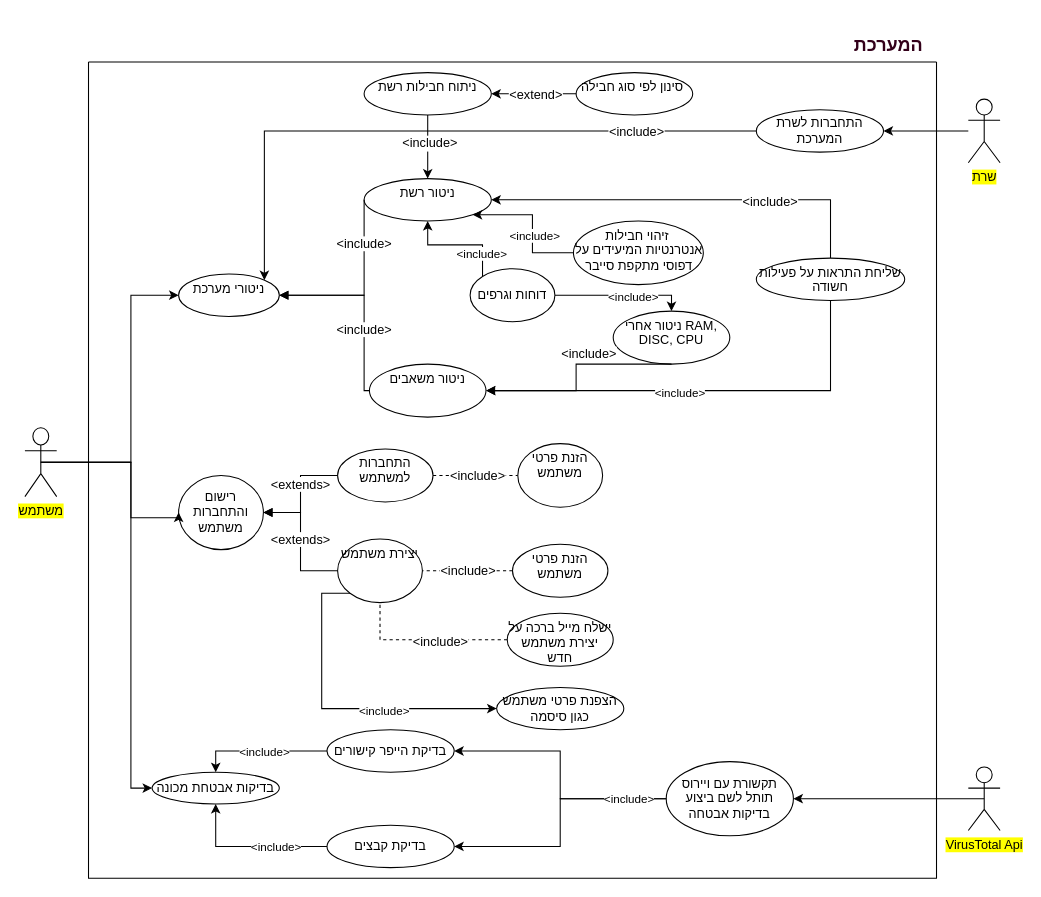
Before: הפרוייקט/use case1 Diagram.drawio in EyasSh/WiresharkClone, a draw.io diagram. Source tidied: cells renumbered, new cells numbered last; positions are measured from the earlier drawing's top-left corner, leaving out a move shared by most shapes. Both pictures are drawn from the tidied source at 106%, with x=0, y=0 at pixel (24, 30).
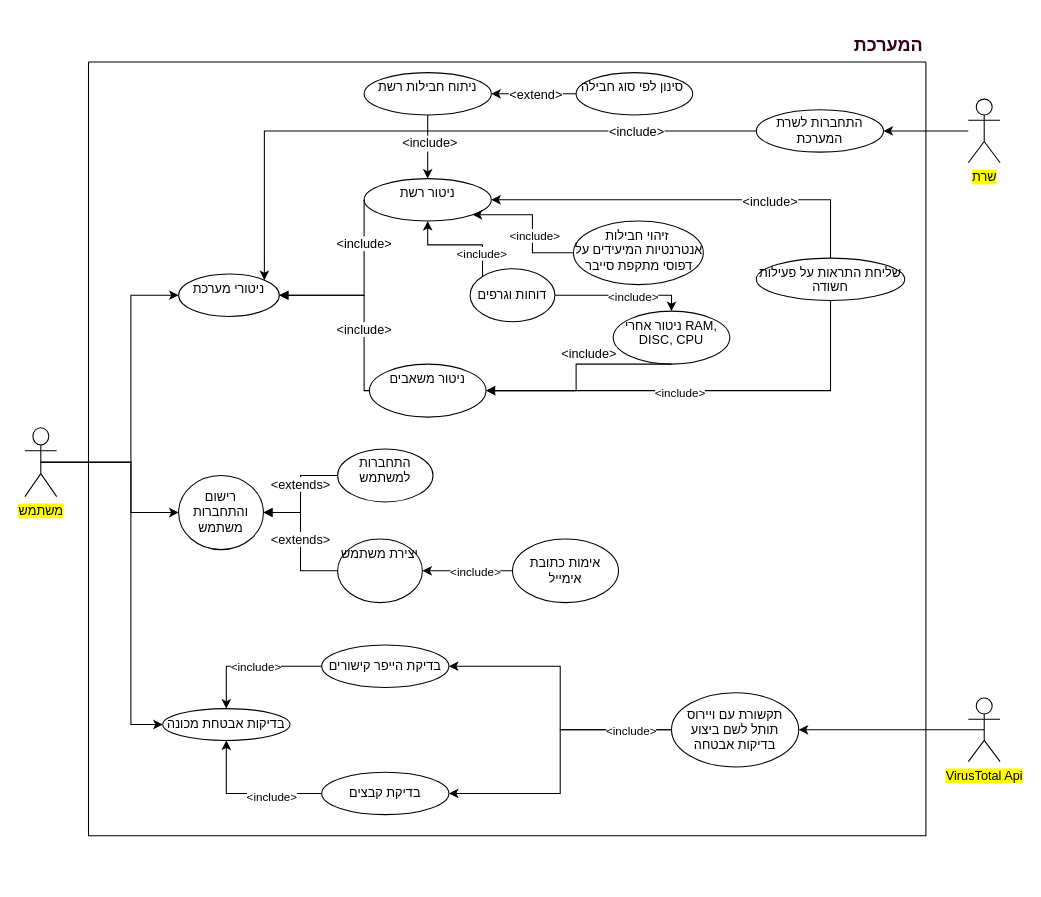
The same diagram, later.

Commit message (it also covers changes not shown here):
word and drawio adjustments

Unchanged cells that the change refers to:
```xml
<mxCell id="2" value="רישום והתחברות משתמש" style="ellipse;whiteSpace=wrap;html=1;" parent="1" vertex="1">
  <mxGeometry x="145" y="420" width="80" height="70" as="geometry" />
</mxCell>
<mxCell id="6" value="&lt;span style=&quot;font-weight: normal; line-height: 70%;&quot;&gt;יצירת משתמש&lt;/span&gt;" style="ellipse;whiteSpace=wrap;html=1;strokeColor=default;align=center;verticalAlign=top;fontFamily=Helvetica;fontSize=12;fontColor=default;fillColor=default;fontStyle=1;" parent="1" vertex="1">
  <mxGeometry x="295" y="480" width="80" height="60" as="geometry" />
</mxCell>
<mxCell id="7" value="התחברות למשתמש" style="ellipse;whiteSpace=wrap;html=1;strokeColor=default;align=center;verticalAlign=top;fontFamily=Helvetica;fontSize=12;fontColor=default;fillColor=default;" parent="1" vertex="1">
  <mxGeometry x="295" y="395" width="90" height="50" as="geometry" />
</mxCell>
<mxCell id="21" value="&lt;span style=&quot;background-color: rgb(255, 255, 0);&quot;&gt;משתמש&lt;/span&gt;" style="shape=umlActor;verticalLabelPosition=bottom;verticalAlign=top;outlineConnect=0;html=1;gradientColor=none;" parent="1" vertex="1">
  <mxGeometry y="375" width="30" height="65" as="geometry" />
</mxCell>
```

The edit, as a diff of the source:
```diff
@@
-    <mxCell id="4" style="edgeStyle=orthogonalEdgeStyle;rounded=0;jettySize=auto;html=1;exitX=0;exitY=1;exitDx=0;exitDy=0;entryX=0;entryY=0.5;entryDx=0;entryDy=0;" parent="1" edge="1" source="6" target="47">
-      <mxGeometry relative="1" as="geometry">
-        <Array as="points">
-          <mxPoint x="280" y="531" />
-          <mxPoint x="280" y="640" />
-        </Array>
-      </mxGeometry>
-    </mxCell>
-    <mxCell id="5" value="&amp;lt;include&amp;gt;" style="edgeLabel;html=1;align=center;verticalAlign=middle;" parent="4" vertex="1">
-      <mxGeometry x="0.29" y="-2" relative="1" as="geometry" />
-    </mxCell>
@@
-    <mxCell id="14" style="endArrow=none;dashed=1;html=1;rounded=0;fontFamily=Helvetica;fontSize=12;fontColor=default;exitX=1;exitY=0.5;exitDx=0;exitDy=0;" parent="1" edge="1" source="7" target="16">
-      <mxGeometry relative="1" as="geometry" />
-    </mxCell>
-    <mxCell id="15" value="&amp;lt;include&amp;gt;" style="edgeLabel;html=1;align=center;verticalAlign=middle;strokeColor=default;fontFamily=Helvetica;fontSize=12;fontColor=default;fillColor=default;" parent="14" vertex="1">
-      <mxGeometry x="0.02" relative="1" as="geometry" />
-    </mxCell>
-    <mxCell id="16" value="הזנת פרטי משתמש" style="ellipse;whiteSpace=wrap;html=1;strokeColor=default;align=center;verticalAlign=top;fontFamily=Helvetica;fontSize=12;fontColor=default;fillColor=default;" parent="1" vertex="1">
-      <mxGeometry x="465" y="390" width="80" height="60" as="geometry" />
-    </mxCell>
-    <mxCell id="17" value="הזנת פרטי משתמש" style="ellipse;whiteSpace=wrap;html=1;strokeColor=default;align=center;verticalAlign=top;fontFamily=Helvetica;fontSize=12;fontColor=default;fillColor=default;" parent="1" vertex="1">
-      <mxGeometry x="460" y="485" width="90" height="50" as="geometry" />
-    </mxCell>
-    <mxCell id="18" style="endArrow=none;dashed=1;html=1;rounded=0;fontFamily=Helvetica;fontSize=12;fontColor=default;entryX=1;entryY=0.5;entryDx=0;entryDy=0;" parent="1" edge="1" source="17" target="6">
-      <mxGeometry relative="1" as="geometry">
-        <Array as="points">
-          <mxPoint x="455" y="510" />
-        </Array>
-      </mxGeometry>
-    </mxCell>
-    <mxCell id="19" value="&amp;lt;include&amp;gt;" style="edgeLabel;html=1;align=center;verticalAlign=middle;strokeColor=default;fontFamily=Helvetica;fontSize=12;fontColor=default;fillColor=default;" parent="18" vertex="1">
-      <mxGeometry x="0.02" y="-1" relative="1" as="geometry" />
-    </mxCell>
@@
-    <mxCell id="22" value="ישלח מייל ברכה על יצירת משתמש חדש" style="ellipse;whiteSpace=wrap;html=1;strokeColor=default;align=center;verticalAlign=top;fontFamily=Helvetica;fontSize=12;fontColor=default;fillColor=default;" parent="1" vertex="1">
-      <mxGeometry x="455" y="550" width="100" height="50" as="geometry" />
-    </mxCell>
-    <mxCell id="23" style="endArrow=none;dashed=1;html=1;rounded=0;fontFamily=Helvetica;fontSize=12;fontColor=default;exitX=0;exitY=0.5;exitDx=0;exitDy=0;entryX=0.5;entryY=1;entryDx=0;entryDy=0;edgeStyle=elbowEdgeStyle;" parent="1" edge="1" source="22" target="6">
-      <mxGeometry relative="1" as="geometry">
-        <Array as="points">
-          <mxPoint x="335" y="570" />
-        </Array>
-      </mxGeometry>
-    </mxCell>
-    <mxCell id="24" value="&amp;lt;include&amp;gt;" style="edgeLabel;html=1;align=center;verticalAlign=middle;strokeColor=default;fontFamily=Helvetica;fontSize=12;fontColor=default;fillColor=default;" parent="23" vertex="1">
-      <mxGeometry x="-0.18" y="1" relative="1" as="geometry" />
-    </mxCell>
@@
     <mxCell id="40" value="&lt;span style=&quot;background-color: rgb(255, 255, 0);&quot;&gt;VirusTotal Api&lt;/span&gt;" style="shape=umlActor;verticalLabelPosition=bottom;verticalAlign=top;html=1;outlineConnect=0;strokeColor=default;align=center;fontFamily=Helvetica;fontSize=12;fontColor=default;fillColor=default;" parent="1" vertex="1">
-      <mxGeometry x="890" y="695" width="30" height="60" as="geometry" />
+      <mxGeometry x="890" y="630" width="30" height="60" as="geometry" />
     </mxCell>
     <mxCell id="41" style="endArrow=classic;html=1;rounded=0;exitX=0.5;exitY=0.5;exitDx=0;exitDy=0;exitPerimeter=0;entryX=0;entryY=0.5;entryDx=0;entryDy=0;edgeStyle=orthogonalEdgeStyle;" parent="1" edge="1" source="21" target="2">
       <mxGeometry relative="1" as="geometry">
         <Array as="points">
-          <mxPoint x="100" y="407" />
-          <mxPoint x="100" y="460" />
-          <mxPoint x="145" y="460" />
+          <mxPoint x="100" y="408" />
+          <mxPoint x="100" y="455" />
         </Array>
       </mxGeometry>
     </mxCell>
@@
-    <mxCell id="47" value="הצפנת פרטי משתמש כגון סיסמה" style="ellipse;whiteSpace=wrap;html=1;" parent="1" vertex="1">
-      <mxGeometry x="445" y="620" width="120" height="40" as="geometry" />
-    </mxCell>
     <mxCell id="48" style="endArrow=classic;html=1;rounded=0;exitX=0.5;exitY=0.5;exitDx=0;exitDy=0;exitPerimeter=0;entryX=0;entryY=0.5;entryDx=0;entryDy=0;edgeStyle=orthogonalEdgeStyle;" parent="1" edge="1" source="21" target="58">
       <mxGeometry relative="1" as="geometry">
         <Array as="points">
           <mxPoint x="100" y="407" />
-          <mxPoint x="100" y="715" />
+          <mxPoint x="100" y="655" />
         </Array>
       </mxGeometry>
     </mxCell>
@@
-    <mxCell id="57" style="swimlane;startSize=0;" parent="1" vertex="1">
-      <mxGeometry x="60" y="30" width="800" height="770" as="geometry" />
+    <mxCell id="57" style="swimlane;startSize=0;comic=0;enumerate=0;" parent="1" vertex="1">
+      <mxGeometry x="60" y="30" width="790" height="730" as="geometry" />
     </mxCell>
     <mxCell id="58" value="בדיקות אבטחת מכונה" style="ellipse;whiteSpace=wrap;html=1;" parent="57" vertex="1">
-      <mxGeometry x="60" y="670" width="120" height="30" as="geometry" />
+      <mxGeometry x="70" y="610" width="120" height="30" as="geometry" />
     </mxCell>
     <mxCell id="59" value="בדיקת קבצים" style="ellipse;whiteSpace=wrap;html=1;" parent="57" vertex="1">
-      <mxGeometry x="225" y="720" width="120" height="40" as="geometry" />
+      <mxGeometry x="220" y="670" width="120" height="40" as="geometry" />
     </mxCell>
-    <mxCell id="60" style="edgeStyle=orthogonalEdgeStyle;rounded=0;jettySize=auto;html=1;entryX=0.5;entryY=1;entryDx=0;entryDy=0;exitX=0;exitY=0.5;exitDx=0;exitDy=0;" parent="57" edge="1" source="59" target="58">
-      <mxGeometry relative="1" as="geometry">
-        <Array as="points">
-          <mxPoint x="120" y="740" />
-        </Array>
-      </mxGeometry>
-    </mxCell>
-    <mxCell id="61" value="&amp;lt;include&amp;gt;" style="edgeLabel;html=1;align=center;verticalAlign=middle;" parent="60" vertex="1">
-      <mxGeometry x="0.13" y="1" relative="1" as="geometry">
-        <mxPoint x="33" y="-1" as="offset" />
-      </mxGeometry>
-    </mxCell>
     <mxCell id="62" value="בדיקת הייפר קישורים" style="ellipse;whiteSpace=wrap;html=1;" parent="57" vertex="1">
-      <mxGeometry x="225" y="630" width="120" height="40" as="geometry" />
+      <mxGeometry x="220" y="550" width="120" height="40" as="geometry" />
     </mxCell>
     <mxCell id="63" style="edgeStyle=orthogonalEdgeStyle;rounded=0;jettySize=auto;html=1;exitX=0;exitY=0.5;exitDx=0;exitDy=0;entryX=0.5;entryY=0;entryDx=0;entryDy=0;" parent="57" edge="1" source="62" target="58">
       <mxGeometry relative="1" as="geometry">
         <Array as="points">
-          <mxPoint x="120" y="650" />
+          <mxPoint x="130" y="570" />
         </Array>
       </mxGeometry>
     </mxCell>
@@
     <mxCell id="65" value="תקשורת עם ויירוס תותל לשם ביצוע בדיקות אבטחה" style="ellipse;whiteSpace=wrap;html=1;" parent="57" vertex="1">
-      <mxGeometry x="545" y="660" width="120" height="70" as="geometry" />
+      <mxGeometry x="550" y="595" width="120" height="70" as="geometry" />
     </mxCell>
@@
+    <mxCell id="69" value="אימות כתובת אימייל" style="ellipse;whiteSpace=wrap;html=1;" parent="57" vertex="1">
+      <mxGeometry x="400" y="450" width="100" height="60" as="geometry" />
+    </mxCell>
+    <mxCell id="60" style="endArrow=classic;html=1;rounded=0;exitX=0;exitY=0.5;exitDx=0;exitDy=0;entryX=0.5;entryY=1;entryDx=0;entryDy=0;edgeStyle=orthogonalEdgeStyle;" parent="57" edge="1" source="59" target="58">
+      <mxGeometry relative="1" as="geometry" />
+    </mxCell>
+    <mxCell id="70" value="&amp;lt;include&amp;gt;" style="edgeLabel;html=1;align=center;verticalAlign=middle;" parent="60" vertex="1">
+      <mxGeometry x="-0.31" y="3" relative="1" as="geometry" />
+    </mxCell>
+    <mxCell id="71" style="edgeStyle=orthogonalEdgeStyle;rounded=0;jettySize=auto;html=1;" parent="1" edge="1" source="69" target="6">
+      <mxGeometry relative="1" as="geometry" />
+    </mxCell>
+    <mxCell id="72" value="&amp;lt;include&amp;gt;" style="edgeLabel;html=1;align=center;verticalAlign=middle;" parent="71" vertex="1">
+      <mxGeometry x="-0.16" relative="1" as="geometry" />
+    </mxCell>
```
